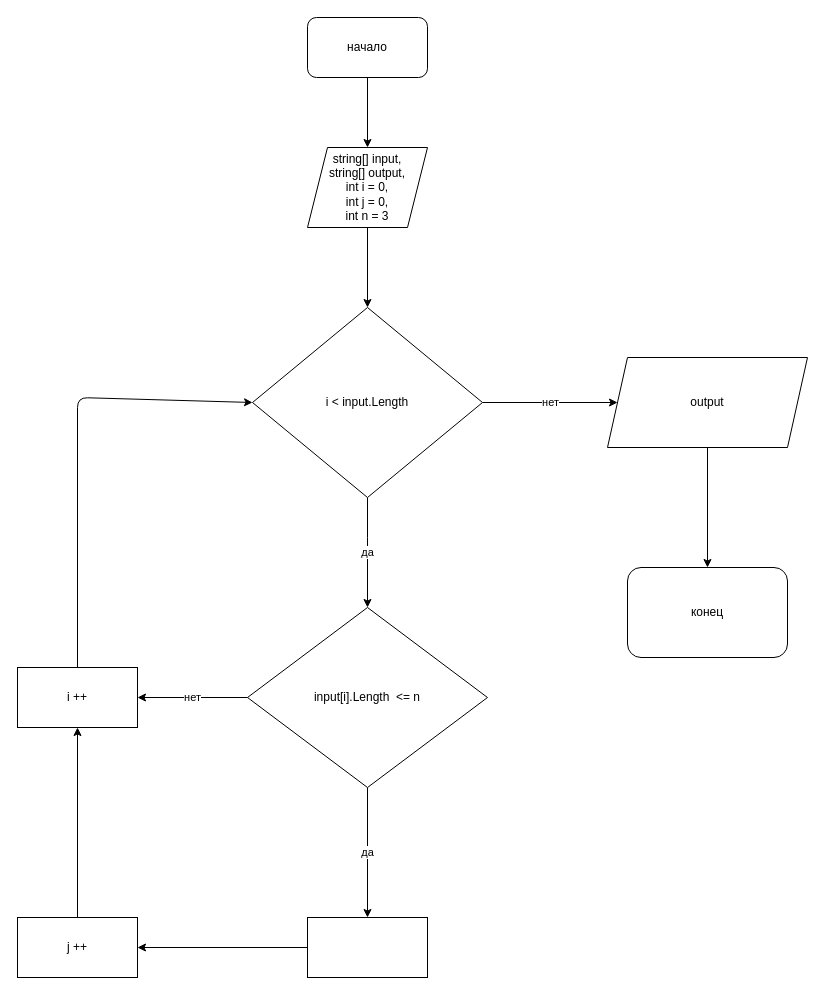
The draw.io diagram pr3/diagram.drawio in EvgeniyAEN/final-work, before the edit. Source tidied: cells renumbered, new cells numbered last; positions are measured from the earlier drawing's top-left corner, leaving out a move shared by most shapes. Both pictures are drawn from the tidied source at 100%, with x=0, y=0 at pixel (17, 17).
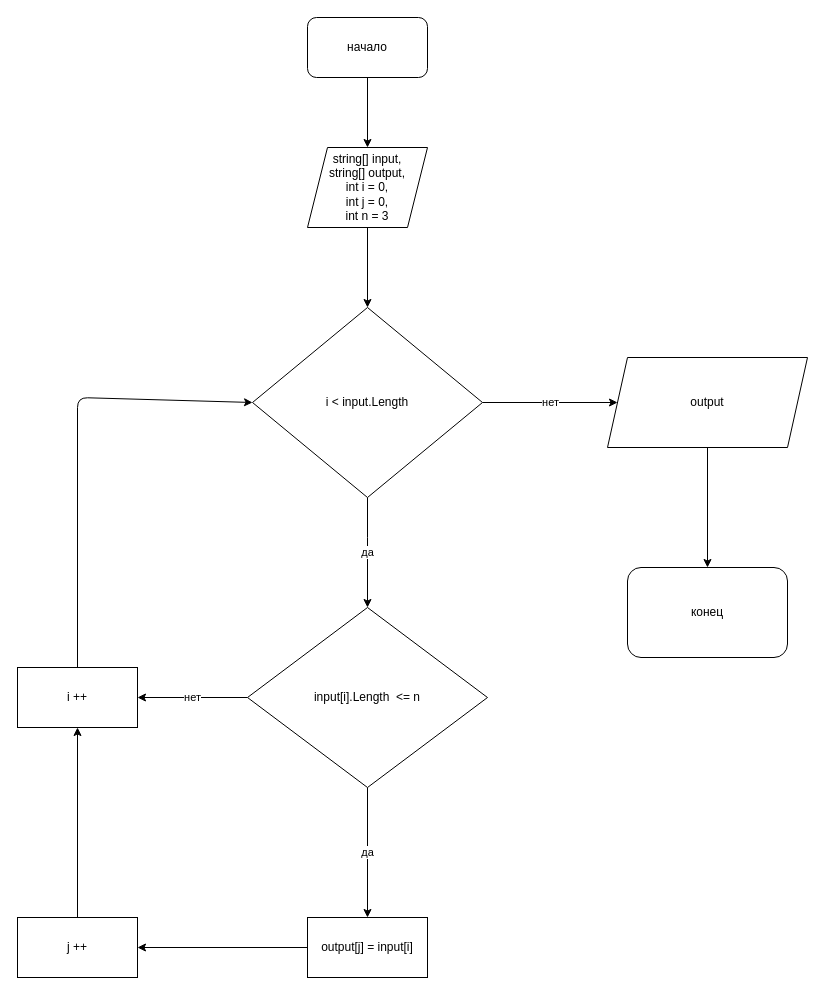
Above is the later version.

The edit, as a diff of the source:
```diff
@@
-    <mxCell id="20" style="rounded=0;whiteSpace=wrap;html=1;" parent="1" vertex="1">
+    <mxCell id="20" value="output[j] = input[i]" style="rounded=0;whiteSpace=wrap;html=1;" parent="1" vertex="1">
       <mxGeometry x="290" y="900" width="120" height="60" as="geometry" />
     </mxCell>
```
